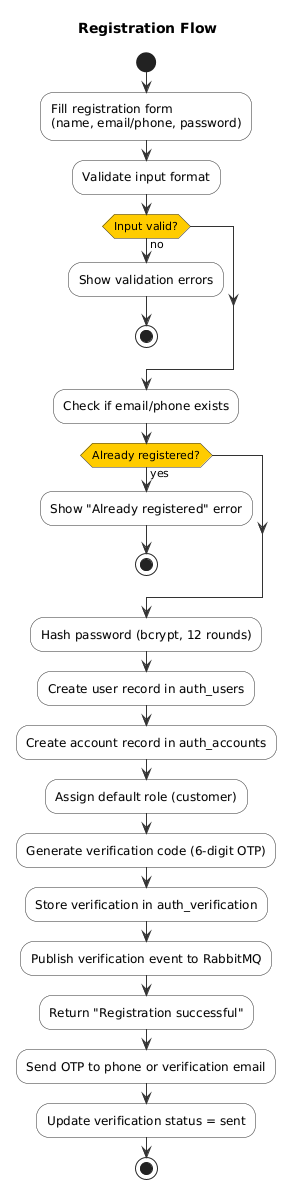
Above: modules/auth/images/activity/registration-activity.png in namnh240795/document (PlantUML), before the change. The source it was exported from:
```plantuml
@startuml

skinparam activity {
  BackgroundColor #F8F8F8
  BorderColor #333333
  ArrowColor #333333
  DiamondBackgroundColor #FFCC00
  DiamondBorderColor #333333
}

title Registration Flow

start

:Fill registration form
(name, email/phone, password);

:Validate input format;

if (Input valid?) then (no)
  :Show validation errors;
  stop
endif

:Check if email/phone exists;

if (Already registered?) then (yes)
  :Show "Already registered" error;
  stop
endif

:Hash password (bcrypt, 12 rounds);

:Create user record in auth_users;

:Create account record in auth_accounts;

:Assign default role (customer);

:Generate verification code (6-digit OTP);

:Store verification in auth_verification;

:Publish verification event to RabbitMQ;

:Return "Registration successful";

:Send OTP to phone or verification email;

:Update verification status = sent;

stop

@enduml
```
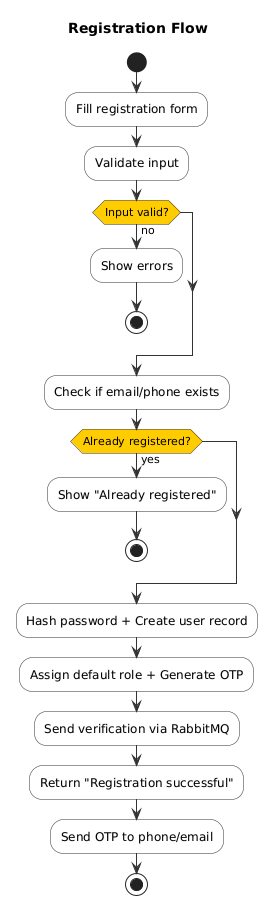
After the commit.

What changed in the source:
```diff
@@ -12,42 +12,31 @@
 
 start
 
-:Fill registration form
-(name, email/phone, password);
+:Fill registration form;
 
-:Validate input format;
+:Validate input;
 
 if (Input valid?) then (no)
-  :Show validation errors;
+  :Show errors;
   stop
 endif
 
 :Check if email/phone exists;
 
 if (Already registered?) then (yes)
-  :Show "Already registered" error;
+  :Show "Already registered";
   stop
 endif
 
-:Hash password (bcrypt, 12 rounds);
+:Hash password + Create user record;
 
-:Create user record in auth_users;
+:Assign default role + Generate OTP;
 
-:Create account record in auth_accounts;
-
-:Assign default role (customer);
-
-:Generate verification code (6-digit OTP);
-
-:Store verification in auth_verification;
-
-:Publish verification event to RabbitMQ;
+:Send verification via RabbitMQ;
 
 :Return "Registration successful";
 
-:Send OTP to phone or verification email;
-
-:Update verification status = sent;
+:Send OTP to phone/email;
 
 stop
 
```
